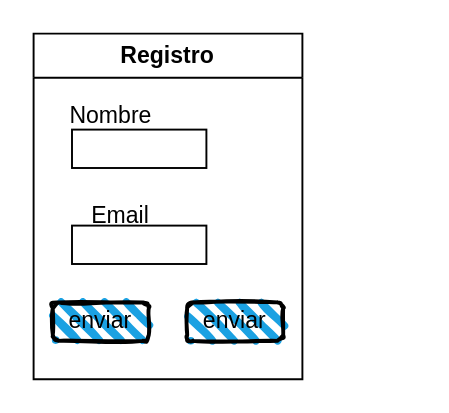
Earlier version of the draw.io diagram Diagrama sin título.drawio (EdyMoar/edywebazure). Source tidied: cells renumbered, new cells numbered last; positions are measured from the earlier drawing's top-left corner, leaving out a move shared by most shapes. Both pictures are drawn from the tidied source at 192%, with x=0, y=0 at pixel (33, 33).
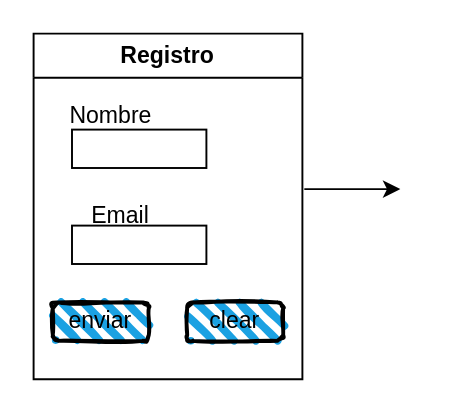
The same diagram, later.

Diff of the diagram source:
```diff
@@
 <mxGraphModel>
   <root>
     <mxCell id="0" />
     <mxCell id="1" parent="0" />
     <mxCell id="2" value="Registro" style="swimlane;whiteSpace=wrap;html=1;" parent="1" vertex="1">
       <mxGeometry width="140" height="180" as="geometry" />
     </mxCell>
     <mxCell id="3" style="whiteSpace=wrap;html=1;" parent="2" vertex="1">
       <mxGeometry x="20" y="50" width="70" height="20" as="geometry" />
     </mxCell>
     <mxCell id="4" style="whiteSpace=wrap;html=1;" parent="2" vertex="1">
       <mxGeometry x="20" y="100" width="70" height="20" as="geometry" />
     </mxCell>
     <mxCell id="5" value="Email" style="text;html=1;align=center;verticalAlign=middle;strokeColor=none;fillColor=none;" parent="2" vertex="1">
       <mxGeometry x="20" y="80" width="50" height="30" as="geometry" />
     </mxCell>
     <mxCell id="6" value="enviar" style="rounded=1;whiteSpace=wrap;html=1;strokeWidth=2;fillWeight=4;hachureGap=8;hachureAngle=45;fillColor=#1ba1e2;sketch=1;" parent="2" vertex="1">
       <mxGeometry x="10" y="140" width="50" height="20" as="geometry" />
     </mxCell>
-    <mxCell id="7" value="enviar" style="rounded=1;whiteSpace=wrap;html=1;strokeWidth=2;fillWeight=4;hachureGap=8;hachureAngle=45;fillColor=#1ba1e2;sketch=1;" parent="2" vertex="1">
+    <mxCell id="7" value="clear" style="rounded=1;whiteSpace=wrap;html=1;strokeWidth=2;fillWeight=4;hachureGap=8;hachureAngle=45;fillColor=#1ba1e2;sketch=1;" parent="2" vertex="1">
       <mxGeometry x="80" y="140" width="50" height="20" as="geometry" />
     </mxCell>
     <mxCell id="8" value="Nombre" style="text;html=1;align=center;verticalAlign=middle;strokeColor=none;fillColor=none;" parent="1" vertex="1">
       <mxGeometry x="5" y="28" width="70" height="30" as="geometry" />
     </mxCell>
+    <mxCell id="9" style="endArrow=classic;html=1;rounded=0;" parent="1" edge="1">
+      <mxGeometry relative="1" as="geometry">
+        <mxPoint x="141" y="81" as="sourcePoint" />
+        <mxPoint x="191" y="81" as="targetPoint" />
+        <Array as="points">
+          <mxPoint x="171" y="81" />
+        </Array>
+      </mxGeometry>
+    </mxCell>
   </root>
 </mxGraphModel>
```
